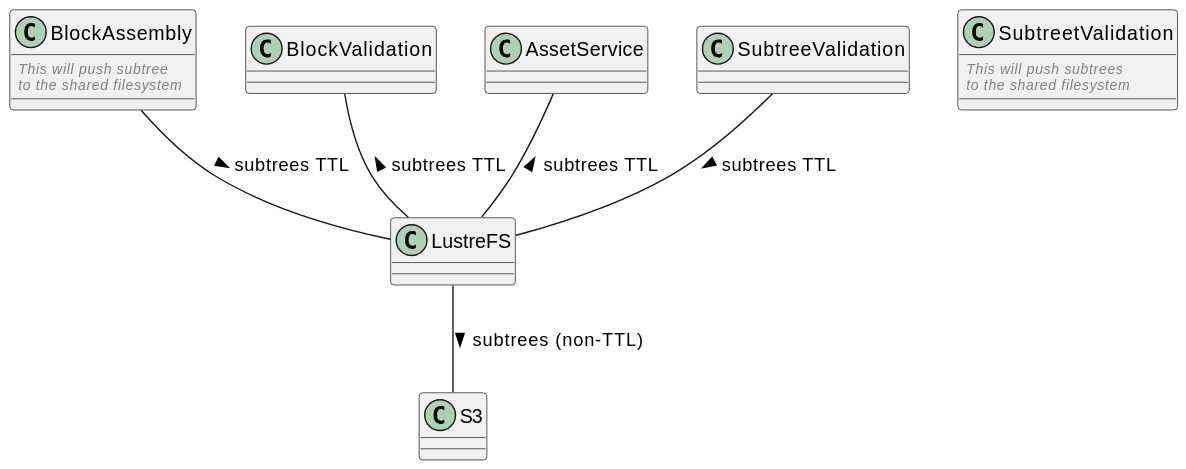
Earlier version of the PlantUML export docs/topics/services/img/plantuml/lustre_fs.svg (freemans13/teranode). Its source is kept beside it as docs/topics/services/img/plantuml/lustre_fs.puml.
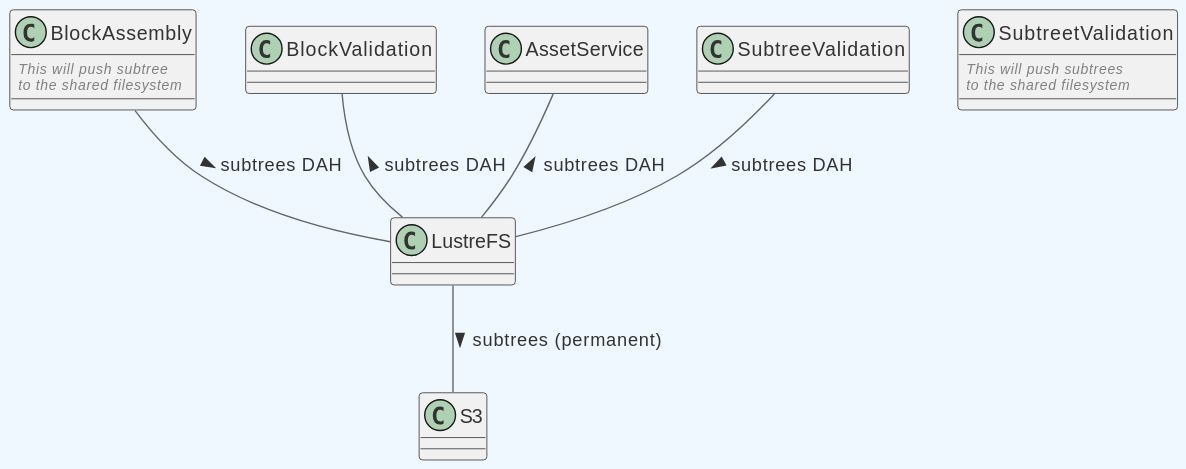
Above is the later version.

The edit, as a diff of the source:
```diff
@@ -43,9 +43,9 @@
 
 RECTANGLE S3 {}
 
-BlockAssembly -- LustreFS : subtrees TTL >
-BlockValidation -- LustreFS : subtrees TTL <
-SubtreeValidation -- LustreFS : subtrees TTL >
-AssetService -- LustreFS : subtrees TTL <
-LustreFS -- S3 : subtrees (non-TTL) >
+BlockAssembly -- LustreFS : subtrees DAH >
+BlockValidation -- LustreFS : subtrees DAH <
+SubtreeValidation -- LustreFS : subtrees DAH >
+AssetService -- LustreFS : subtrees DAH <
+LustreFS -- S3 : subtrees (permanent) >
 @enduml
```
